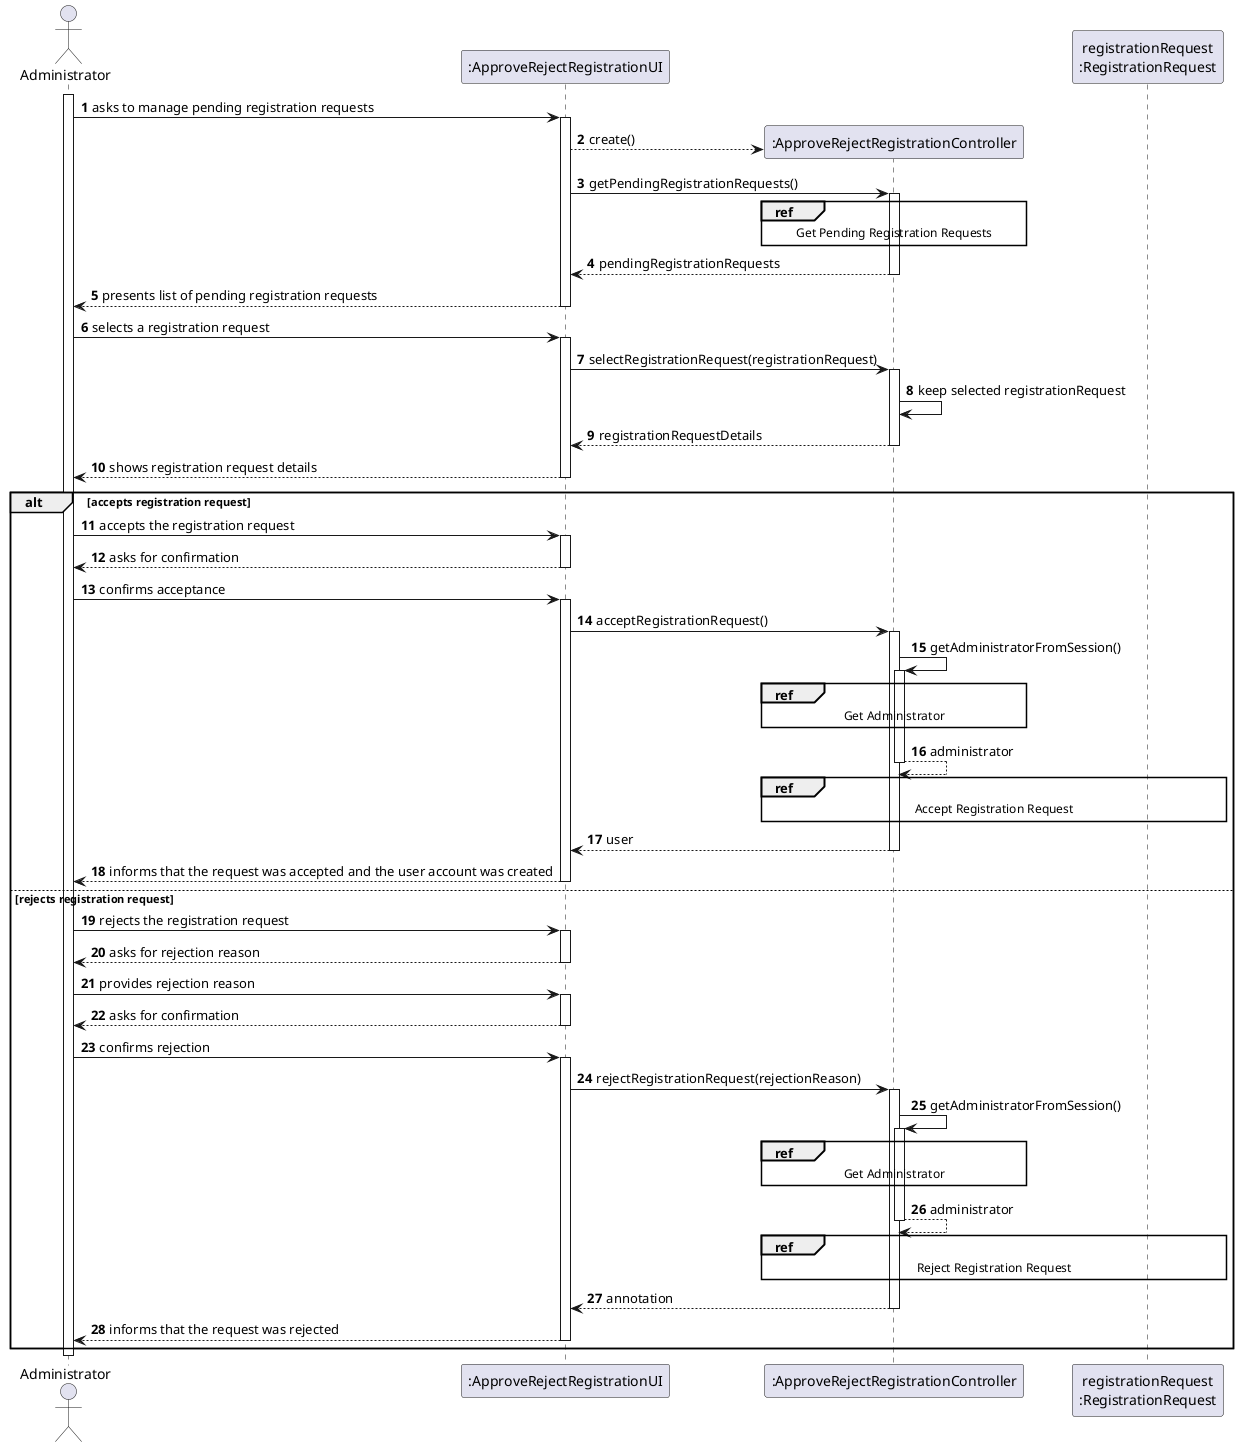
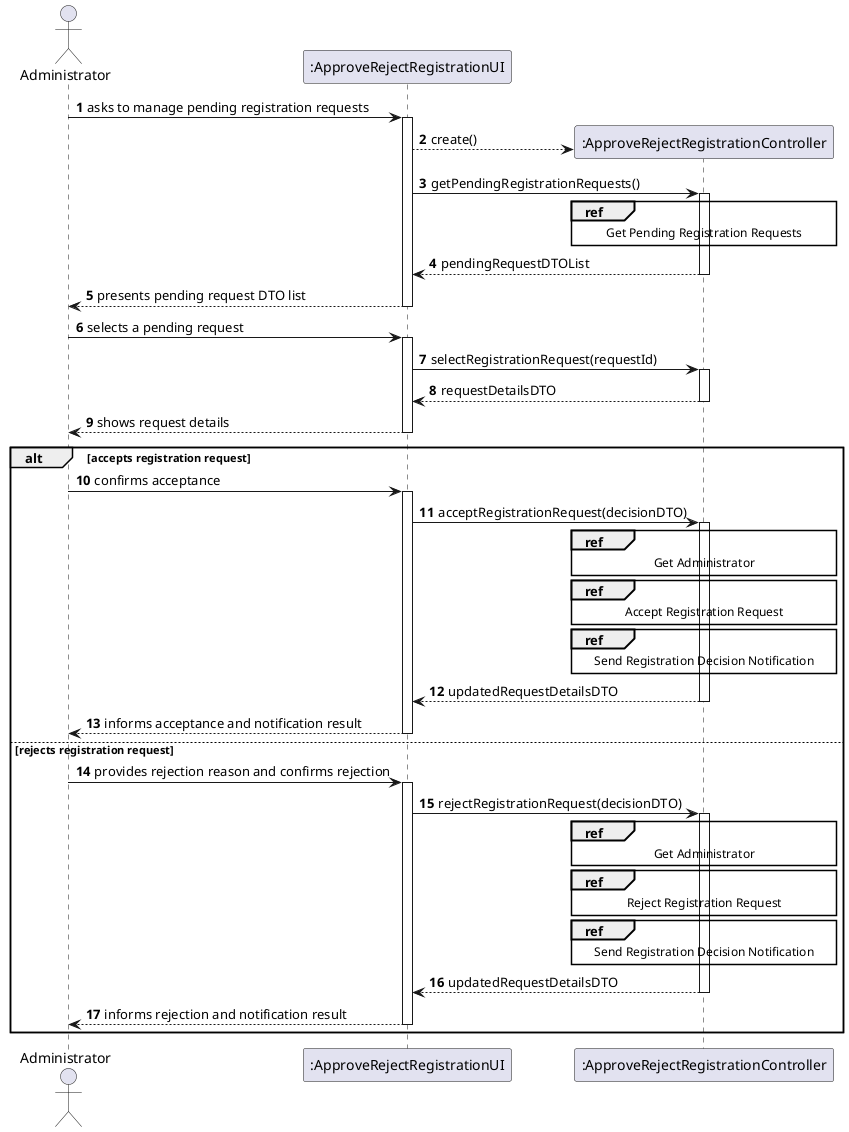
@startuml
'skinparam monochrome true
skinparam packageStyle rectangle
skinparam shadowing false
- 
autonumber

- 'hide footbox
actor "Administrator" as ADMIN
- 
participant ":ApproveRejectRegistrationUI" as UI
participant ":ApproveRejectRegistrationController" as CTRL
- participant "registrationRequest\n:RegistrationRequest" as REQ

- activate ADMIN
+ ADMIN -> UI : asks to manage pending registration requests
+ activate UI
+     UI --> CTRL** : create()
+     UI -> CTRL : getPendingRegistrationRequests()
+     activate CTRL
+         ref over CTRL
+             Get Pending Registration Requests
+         end ref
+         CTRL --> UI : pendingRequestDTOList
+     deactivate CTRL
+     UI --> ADMIN : presents pending request DTO list
+ deactivate UI

-     ADMIN -> UI : asks to manage pending registration requests
+ ADMIN -> UI : selects a pending request
+ activate UI
+     UI -> CTRL : selectRegistrationRequest(requestId)
+     activate CTRL
+         CTRL --> UI : requestDetailsDTO
+     deactivate CTRL
+     UI --> ADMIN : shows request details
+ deactivate UI
+ 
+ alt accepts registration request
+     ADMIN -> UI : confirms acceptance
    activate UI
- 
-         UI --> CTRL** : create()
- 
-         UI -> CTRL : getPendingRegistrationRequests()
+         UI -> CTRL : acceptRegistrationRequest(decisionDTO)
        activate CTRL
            ref over CTRL
-                 Get Pending Registration Requests
+                 Get Administrator
            end ref
+             ref over CTRL
+                 Accept Registration Request
+             end ref
+             ref over CTRL
+                 Send Registration Decision Notification
+             end ref
+             CTRL --> UI : updatedRequestDetailsDTO
+         deactivate CTRL
+         UI --> ADMIN : informs acceptance and notification result
+     deactivate UI
+ else rejects registration request
+     ADMIN -> UI : provides rejection reason and confirms rejection
+     activate UI
+         UI -> CTRL : rejectRegistrationRequest(decisionDTO)
+         activate CTRL
+             ref over CTRL
+                 Get Administrator
+             end ref
+             ref over CTRL
+                 Reject Registration Request
+             end ref
+             ref over CTRL
+                 Send Registration Decision Notification
+             end ref
+             CTRL --> UI : updatedRequestDetailsDTO
+         deactivate CTRL
+         UI --> ADMIN : informs rejection and notification result
+     deactivate UI
+ end

-             CTRL --> UI : pendingRegistrationRequests
-         deactivate CTRL
- 
-         UI --> ADMIN : presents list of pending registration requests
-     deactivate UI
- 
-     ADMIN -> UI : selects a registration request
-     activate UI
- 
-         UI -> CTRL : selectRegistrationRequest(registrationRequest)
-         activate CTRL
-             CTRL -> CTRL : keep selected registrationRequest
-             CTRL --> UI : registrationRequestDetails
-         deactivate CTRL
- 
-         UI --> ADMIN : shows registration request details
-     deactivate UI
- 
-     alt accepts registration request
- 
-         ADMIN -> UI : accepts the registration request
-         activate UI
-             UI --> ADMIN : asks for confirmation
-         deactivate UI
- 
-         ADMIN -> UI : confirms acceptance
-         activate UI
- 
-             UI -> CTRL : acceptRegistrationRequest()
-             activate CTRL
- 
-                 CTRL -> CTRL : getAdministratorFromSession()
-                 activate CTRL
-                     ref over CTRL
-                         Get Administrator
-                     end ref
- 
-                     CTRL --> CTRL : administrator
-                 deactivate CTRL
- 
-                 ref over CTRL, REQ
-                     Accept Registration Request
-                 end ref
- 
-                 CTRL --> UI : user
-             deactivate CTRL
- 
-             UI --> ADMIN : informs that the request was accepted and the user account was created
-         deactivate UI
- 
-     else rejects registration request
- 
-         ADMIN -> UI : rejects the registration request
-         activate UI
-             UI --> ADMIN : asks for rejection reason
-         deactivate UI
- 
-         ADMIN -> UI : provides rejection reason
-         activate UI
-             UI --> ADMIN : asks for confirmation
-         deactivate UI
- 
-         ADMIN -> UI : confirms rejection
-         activate UI
- 
-             UI -> CTRL : rejectRegistrationRequest(rejectionReason)
-             activate CTRL
- 
-                 CTRL -> CTRL : getAdministratorFromSession()
-                 activate CTRL
-                     ref over CTRL
-                         Get Administrator
-                     end ref
- 
-                     CTRL --> CTRL : administrator
-                 deactivate CTRL
- 
-                 ref over CTRL, REQ
-                     Reject Registration Request
-                 end ref
- 
-                 CTRL --> UI : annotation
-             deactivate CTRL
- 
-             UI --> ADMIN : informs that the request was rejected
-         deactivate UI
- 
-     end
- 
- deactivate ADMIN
- 
- @enduml+ @enduml
